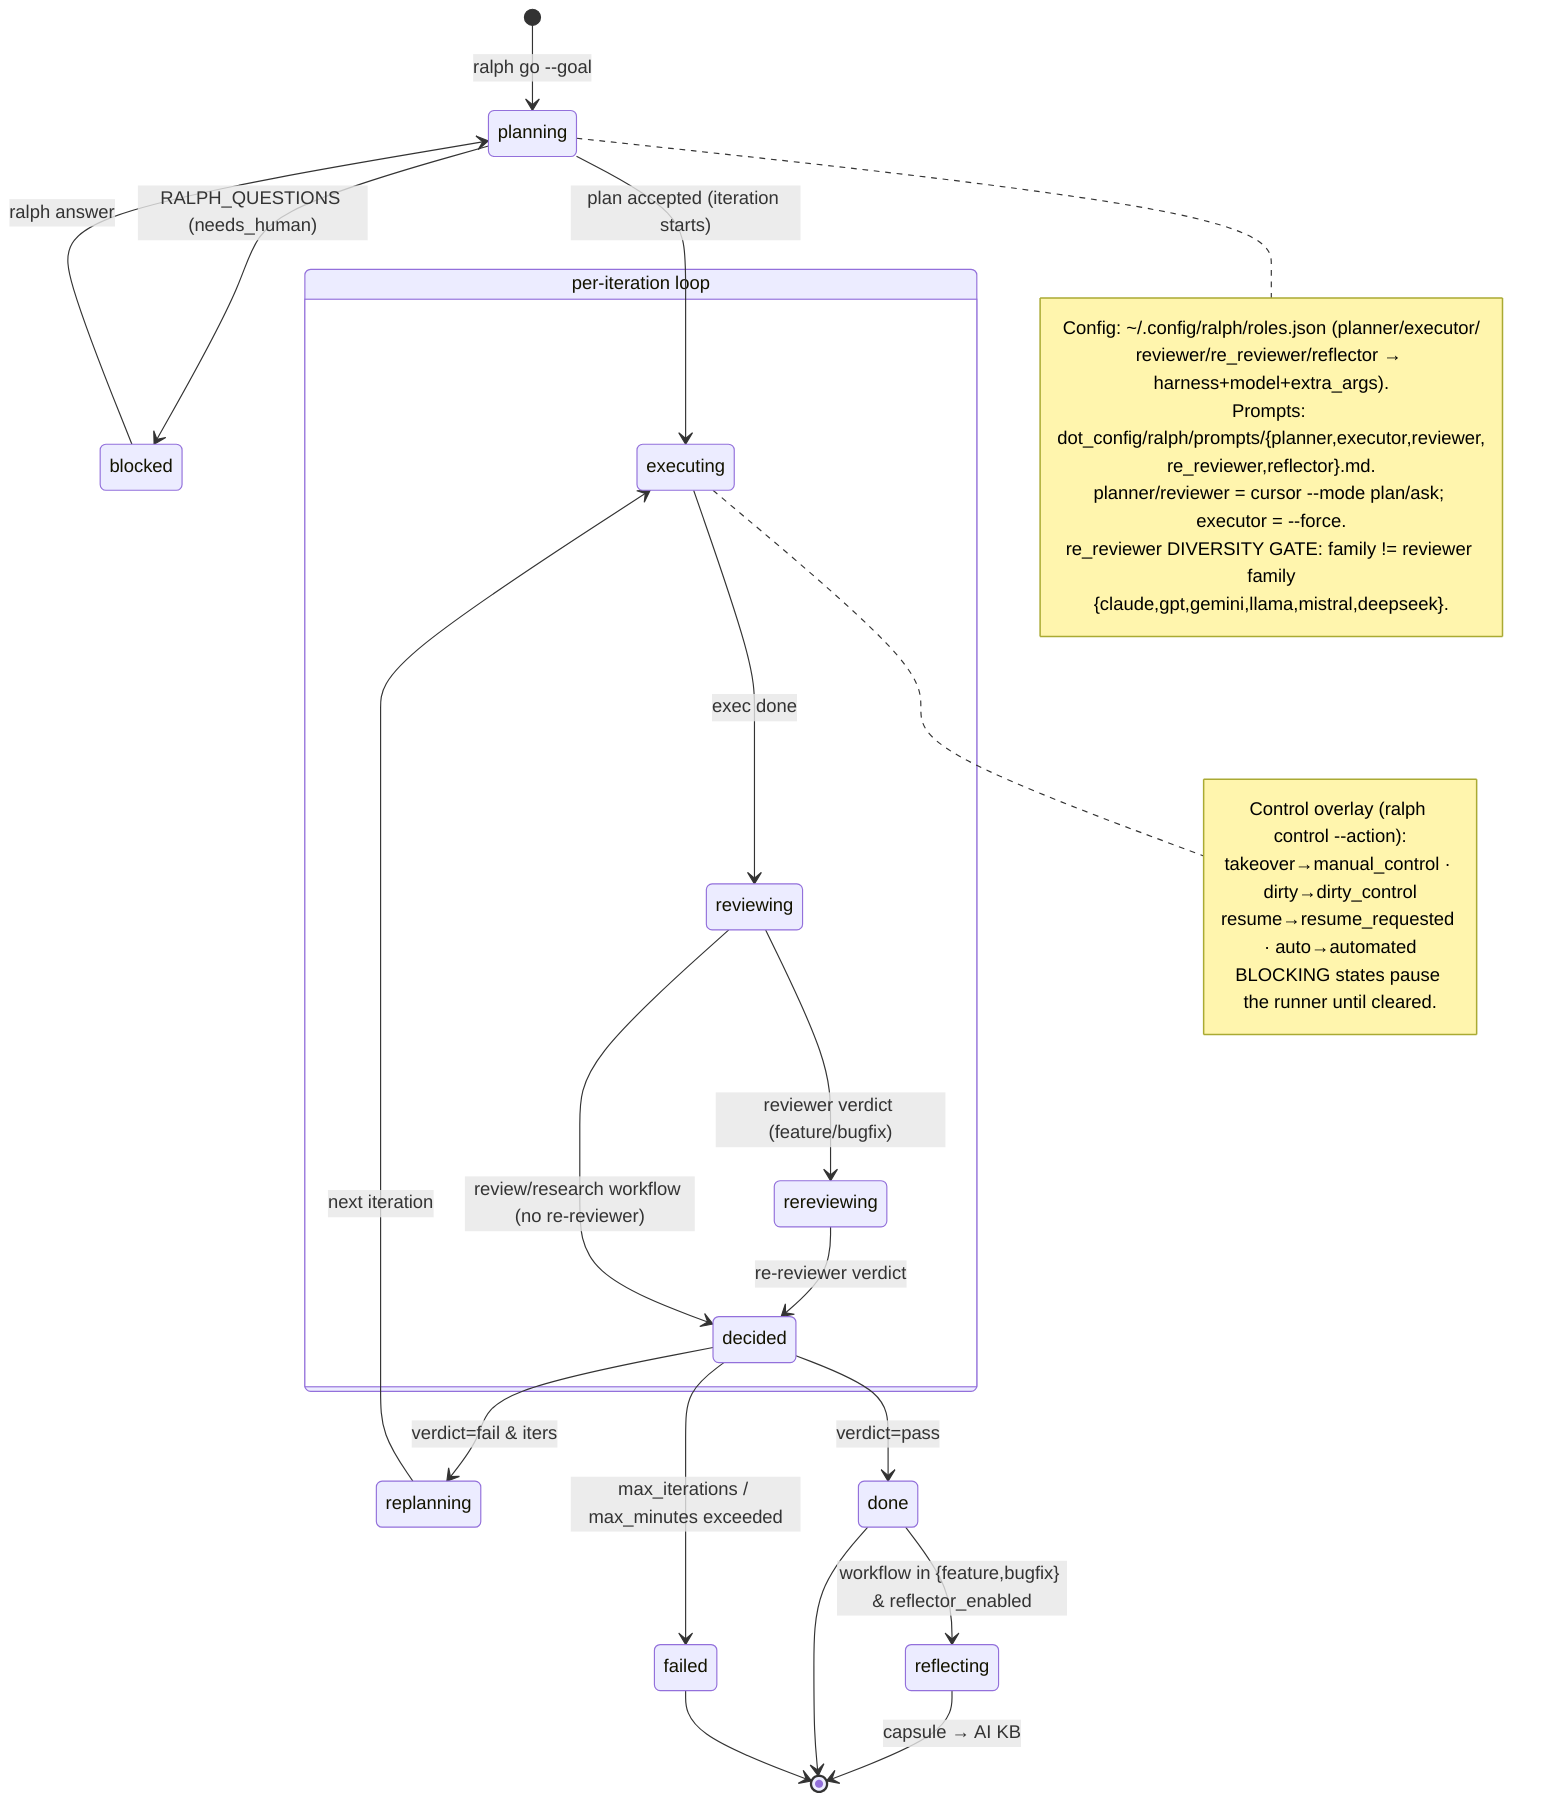
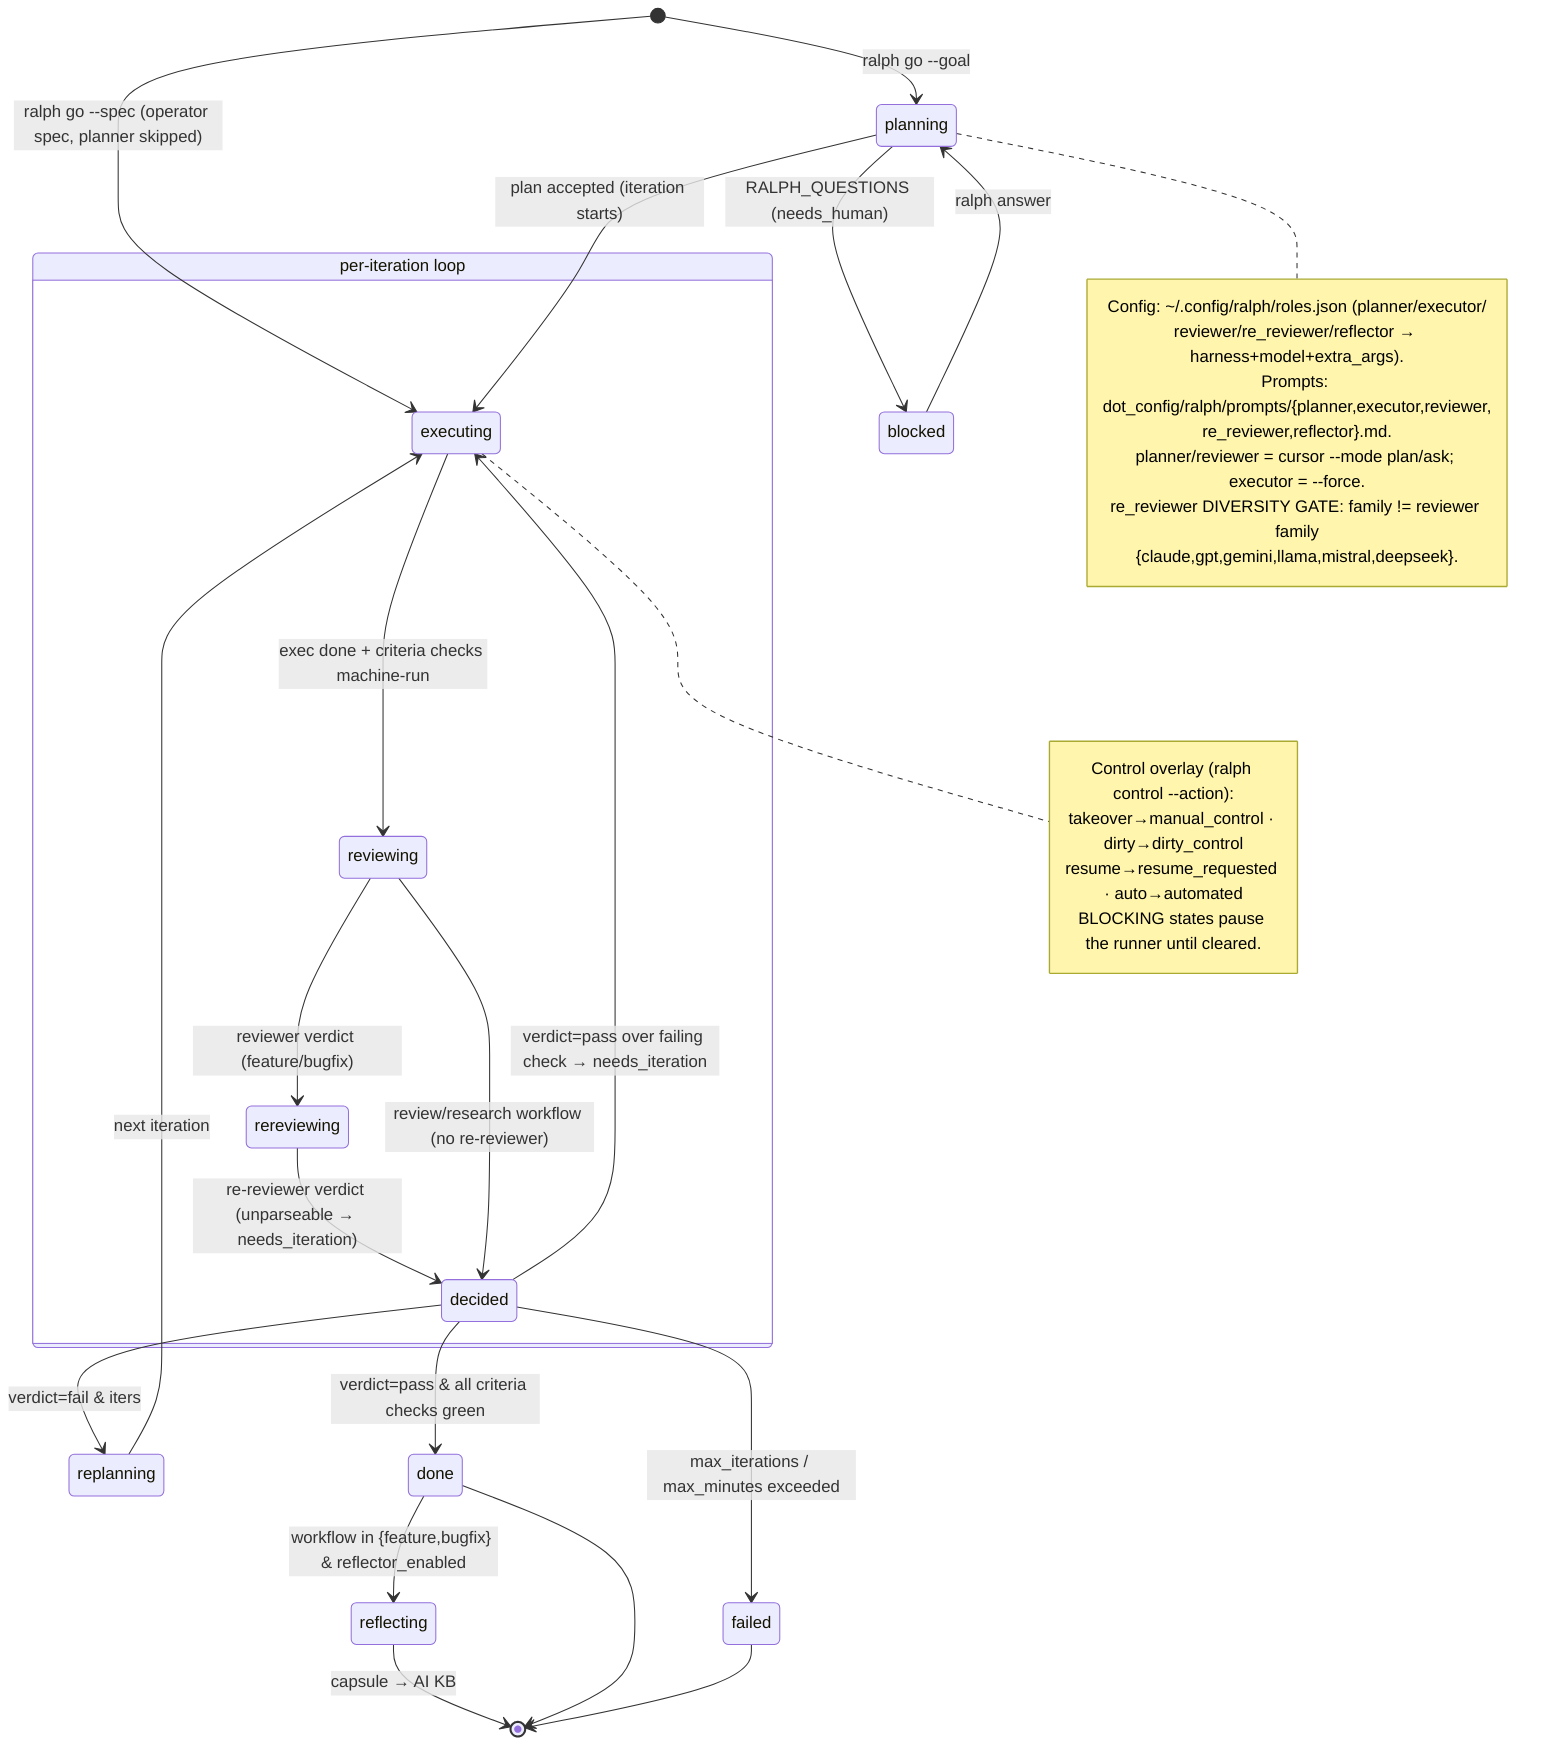
%% ============================================================================
%% 04-ralph-state-machine.mmd — Ralph orchestrator (scripts/ralph.py)
%% Resumable planner→executor→reviewer→re-reviewer loop driven by a manifest.
%% The per-iteration phase advances strictly left→right; death/kill parks the
%% iteration at its current phase and `resume`/supervisor re-launches the runner.
%% CLI entry: ,ralph (home/exact_bin/executable_,ralph) → scripts/ralph.py
%% ============================================================================
stateDiagram-v2
    direction TB

    [*] --> planning : ralph go --goal
+     [*] --> executing : ralph go --spec (operator spec, planner skipped)

    planning --> blocked : RALPH_QUESTIONS (needs_human)
    blocked --> planning : ralph answer

    planning --> executing : plan accepted (iteration starts)

    state "per-iteration loop" as ITER {
        direction LR
-         executing --> reviewing : exec done
+         executing --> reviewing : exec done + criteria checks machine-run
        reviewing --> rereviewing : reviewer verdict (feature/bugfix)
-         rereviewing --> decided : re-reviewer verdict
+         rereviewing --> decided : re-reviewer verdict (unparseable → needs_iteration)
        reviewing --> decided : review/research workflow (no re-reviewer)
    }

    decided --> replanning : verdict=fail & iters<max
    replanning --> executing : next iteration
-     decided --> done : verdict=pass
+     decided --> done : verdict=pass & all criteria checks green
+     decided --> executing : verdict=pass over failing check → needs_iteration
    decided --> failed : max_iterations / max_minutes exceeded

    done --> reflecting : workflow in {feature,bugfix} & reflector_enabled
    reflecting --> [*] : capsule → AI KB
    done --> [*]
    failed --> [*]

    note right of executing
        Control overlay (ralph control --action):
        takeover→manual_control · dirty→dirty_control
        resume→resume_requested · auto→automated
        BLOCKING states pause the runner until cleared.
    end note

    note right of planning
        Config: ~/.config/ralph/roles.json (planner/executor/
        reviewer/re_reviewer/reflector → harness+model+extra_args).
        Prompts: dot_config/ralph/prompts/{planner,executor,reviewer,
        re_reviewer,reflector}.md.
        planner/reviewer = cursor --mode plan/ask; executor = --force.
        re_reviewer DIVERSITY GATE: family != reviewer family
        {claude,gpt,gemini,llama,mistral,deepseek}.
    end note
